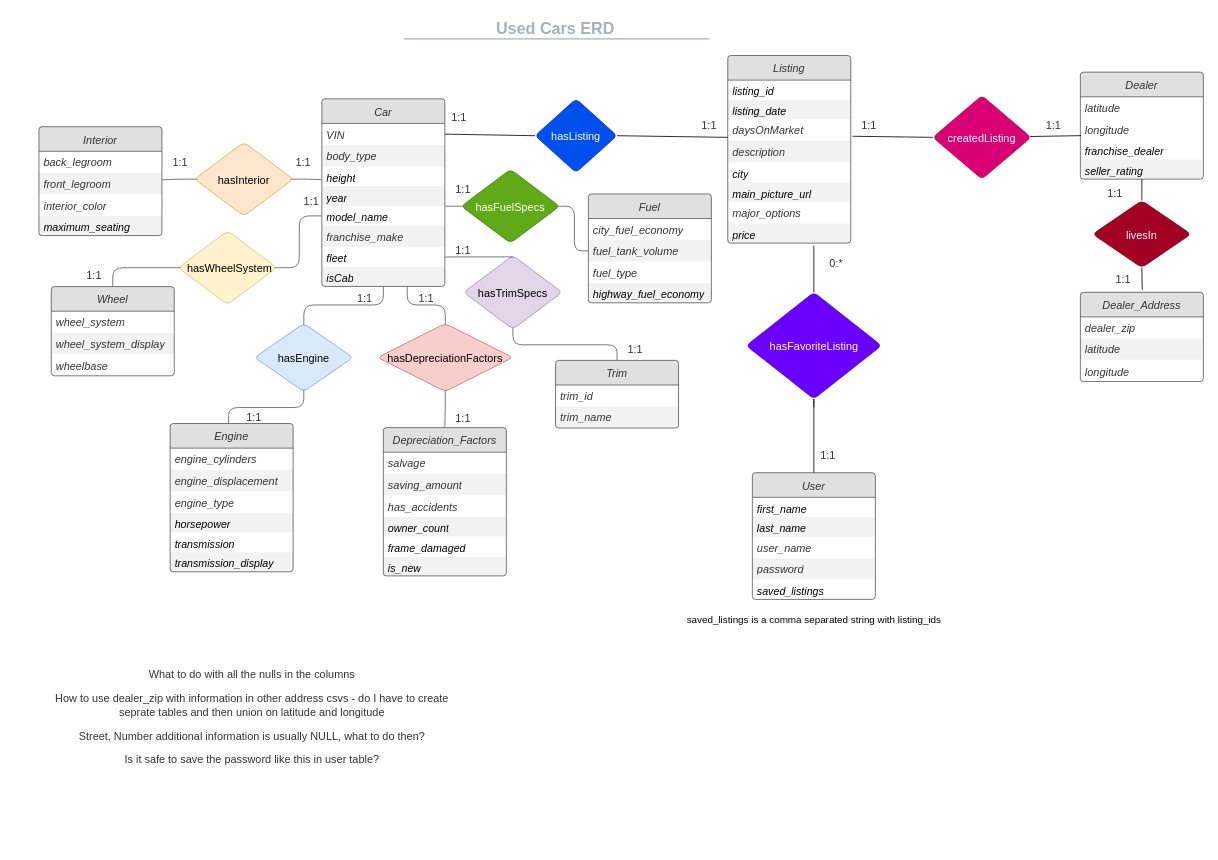
abmfocus4/UsedCars-db keeps this draw.io diagram as ERD/ERD1.drawio. Above is the earlier version. Source tidied: cells renumbered, new cells numbered last; positions are measured from the earlier drawing's top-left corner, leaving out a move shared by most shapes. Both pictures are drawn from the tidied source at 82%, with x=0, y=0 at pixel (39, 14).
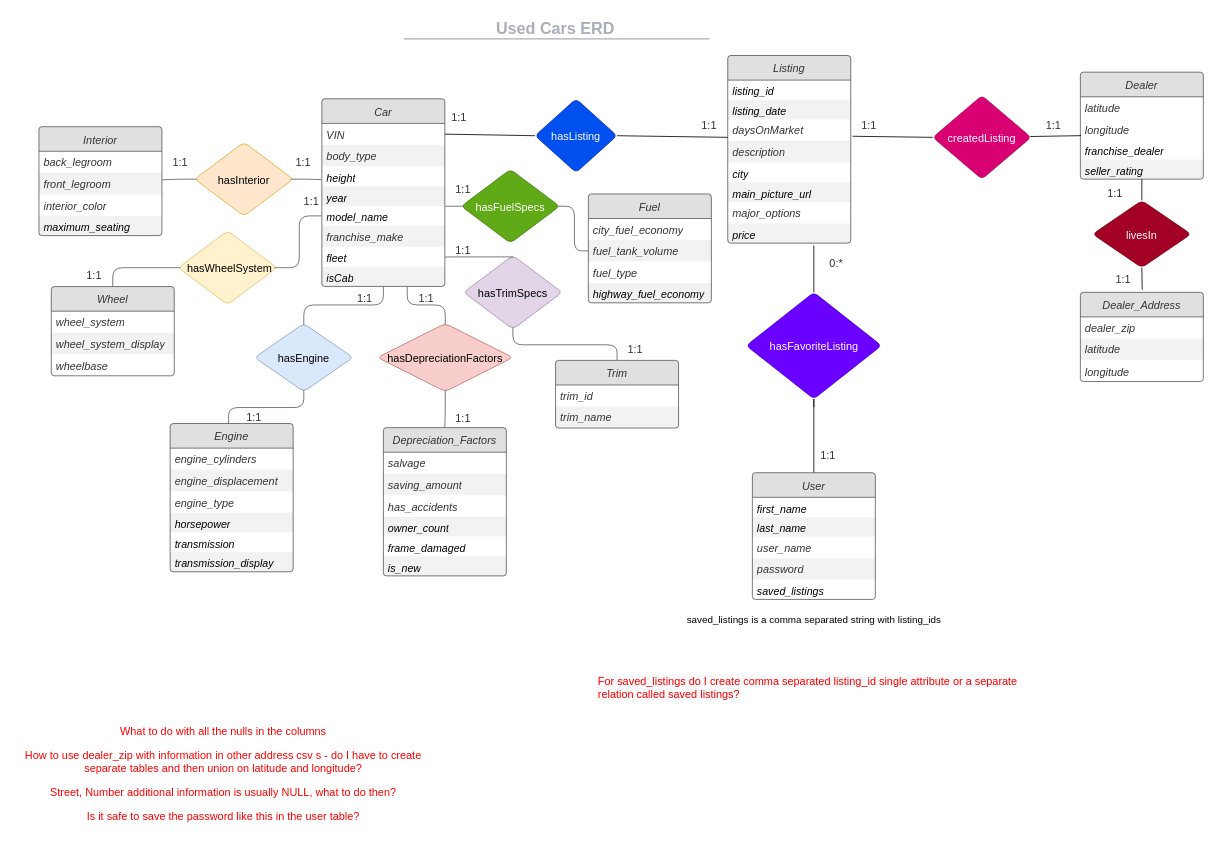
The same page after the edit.

Commit message:
add qs about saved_listings

Diff of the diagram source:
```diff
@@
-    <mxCell id="120" value="&lt;div style=&quot;display: flex; justify-content: center; text-align: center; align-items: baseline; font-size: 0; line-height: 1.25;margin-left: 8.4px;margin-right: 8.4px;margin-top: 2.4px;margin-top: -2px;&quot;&gt;&lt;span&gt;&lt;span style=&quot;font-size:13.3px;color:#333333;&quot;&gt;What to do with all the nulls in the columns&#10;&lt;/span&gt;&lt;/span&gt;&lt;/div&gt;&lt;div style=&quot;display: flex; justify-content: center; text-align: center; align-items: baseline; font-size: 0; line-height: 1.25;margin-left: 8.4px;margin-right: 8.4px;margin-top: 2.4px;margin-top: -2px;&quot;&gt;&lt;span&gt;&lt;span style=&quot;font-size:13.3px;color:#333333;&quot;&gt;&#10;&lt;/span&gt;&lt;/span&gt;&lt;/div&gt;&lt;div style=&quot;display: flex; justify-content: center; text-align: center; align-items: baseline; font-size: 0; line-height: 1.25;margin-left: 8.4px;margin-right: 8.4px;margin-top: 2.4px;margin-top: -2px;&quot;&gt;&lt;span&gt;&lt;span style=&quot;font-size:13.3px;color:#333333;&quot;&gt;How to use dealer_zip with information in other address csvs - do I have to create seprate tables and then union on latitude and longitude&#10;&lt;/span&gt;&lt;/span&gt;&lt;/div&gt;&lt;div style=&quot;display: flex; justify-content: center; text-align: center; align-items: baseline; font-size: 0; line-height: 1.25;margin-left: 8.4px;margin-right: 8.4px;margin-top: 2.4px;margin-top: -2px;&quot;&gt;&lt;span&gt;&lt;span style=&quot;font-size:13.3px;color:#333333;&quot;&gt;&#10;&lt;/span&gt;&lt;/span&gt;&lt;/div&gt;&lt;div style=&quot;display: flex; justify-content: center; text-align: center; align-items: baseline; font-size: 0; line-height: 1.25;margin-left: 8.4px;margin-right: 8.4px;margin-top: 2.4px;margin-top: -2px;&quot;&gt;&lt;span&gt;&lt;span style=&quot;font-size:13.3px;color:#333333;&quot;&gt;Street, Number additional information is usually NULL, what to do then?&#10;&lt;/span&gt;&lt;/span&gt;&lt;/div&gt;&lt;div style=&quot;display: flex; justify-content: center; text-align: center; align-items: baseline; font-size: 0; line-height: 1.25;margin-left: 8.4px;margin-right: 8.4px;margin-top: 2.4px;margin-top: -2px;&quot;&gt;&lt;span&gt;&lt;span style=&quot;font-size:13.3px;color:#333333;&quot;&gt;&#10;&lt;/span&gt;&lt;/span&gt;&lt;/div&gt;&lt;div style=&quot;display: flex; justify-content: center; text-align: center; align-items: baseline; font-size: 0; line-height: 1.25;margin-left: 8.4px;margin-right: 8.4px;margin-top: 2.4px;margin-top: -2px;&quot;&gt;&lt;span&gt;&lt;span style=&quot;font-size:13.3px;color:#333333;&quot;&gt;Is it safe to save the password like this in user table?&lt;/span&gt;&lt;/span&gt;&lt;/div&gt;" style="html=1;overflow=block;blockSpacing=1;whiteSpace=wrap;strokeColor=none;fillColor=none;whiteSpace=wrap;fontSize=13;spacing=0;strokeOpacity=100;fillOpacity=100;rounded=1;absoluteArcSize=1;arcSize=12;strokeWidth=0.8;" parent="1" vertex="1">
-      <mxGeometry x="5" y="709" width="510" height="300" as="geometry" />
+    <mxCell id="120" value="&lt;div style=&quot;display: flex ; justify-content: center ; text-align: center ; align-items: baseline ; font-size: 0 ; line-height: 1.25 ; margin-left: 8.4px ; margin-right: 8.4px ; margin-top: 2.4px ; margin-top: -2px&quot;&gt;&lt;span&gt;&lt;span style=&quot;font-size: 13.3px&quot;&gt;&lt;font color=&quot;#ff0000&quot;&gt;What to do with all the nulls in the columns&lt;br&gt;&lt;/font&gt;&lt;/span&gt;&lt;/span&gt;&lt;/div&gt;&lt;div style=&quot;display: flex ; justify-content: center ; text-align: center ; align-items: baseline ; font-size: 0 ; line-height: 1.25 ; margin-left: 8.4px ; margin-right: 8.4px ; margin-top: 2.4px ; margin-top: -2px&quot;&gt;&lt;span&gt;&lt;span style=&quot;font-size: 13.3px&quot;&gt;&lt;font color=&quot;#ff0000&quot;&gt;&lt;br&gt;&lt;/font&gt;&lt;/span&gt;&lt;/span&gt;&lt;/div&gt;&lt;div style=&quot;display: flex ; justify-content: center ; text-align: center ; align-items: baseline ; font-size: 0 ; line-height: 1.25 ; margin-left: 8.4px ; margin-right: 8.4px ; margin-top: 2.4px ; margin-top: -2px&quot;&gt;&lt;span&gt;&lt;span style=&quot;font-size: 13.3px&quot;&gt;&lt;font color=&quot;#ff0000&quot;&gt;How to use dealer_zip with information in other address csv s - do I have to create separate tables and then union on latitude and longitude?&lt;br&gt;&lt;/font&gt;&lt;/span&gt;&lt;/span&gt;&lt;/div&gt;&lt;div style=&quot;display: flex ; justify-content: center ; text-align: center ; align-items: baseline ; font-size: 0 ; line-height: 1.25 ; margin-left: 8.4px ; margin-right: 8.4px ; margin-top: 2.4px ; margin-top: -2px&quot;&gt;&lt;span&gt;&lt;span style=&quot;font-size: 13.3px&quot;&gt;&lt;font color=&quot;#ff0000&quot;&gt;&lt;br&gt;&lt;/font&gt;&lt;/span&gt;&lt;/span&gt;&lt;/div&gt;&lt;div style=&quot;display: flex ; justify-content: center ; text-align: center ; align-items: baseline ; font-size: 0 ; line-height: 1.25 ; margin-left: 8.4px ; margin-right: 8.4px ; margin-top: 2.4px ; margin-top: -2px&quot;&gt;&lt;span&gt;&lt;span style=&quot;font-size: 13.3px&quot;&gt;&lt;font color=&quot;#ff0000&quot;&gt;Street, Number additional information is usually NULL, what to do then?&lt;br&gt;&lt;/font&gt;&lt;/span&gt;&lt;/span&gt;&lt;span&gt;&lt;span style=&quot;font-size: 13.3px&quot;&gt;&lt;font color=&quot;#ff0000&quot;&gt;&lt;br&gt;&lt;/font&gt;&lt;/span&gt;&lt;/span&gt;&lt;/div&gt;&lt;div style=&quot;display: flex ; justify-content: center ; text-align: center ; align-items: baseline ; font-size: 0 ; line-height: 1.25 ; margin-left: 8.4px ; margin-right: 8.4px ; margin-top: 2.4px ; margin-top: -2px&quot;&gt;&lt;span&gt;&lt;span style=&quot;font-size: 13.3px&quot;&gt;&lt;font color=&quot;#ff0000&quot;&gt;&lt;br&gt;&lt;/font&gt;&lt;/span&gt;&lt;/span&gt;&lt;/div&gt;&lt;div style=&quot;display: flex ; justify-content: center ; text-align: center ; align-items: baseline ; line-height: 1.25 ; margin-left: 8.4px ; margin-right: 8.4px ; margin-top: -2px&quot;&gt;&lt;span style=&quot;font-size: 0px&quot;&gt;&lt;span style=&quot;font-size: 13.3px&quot;&gt;&lt;font color=&quot;#ff0000&quot;&gt;Is it safe to save the password like this in the user table?&lt;/font&gt;&lt;/span&gt;&lt;/span&gt;&lt;span style=&quot;font-size: 0px&quot;&gt;&lt;span style=&quot;font-size: 13.3px&quot;&gt;&lt;font color=&quot;#ff0000&quot;&gt;&lt;br&gt;&lt;/font&gt;&lt;/span&gt;&lt;/span&gt;&lt;span style=&quot;font-size: 0px&quot;&gt;&lt;span style=&quot;font-size: 13.3px&quot;&gt;&lt;font color=&quot;#ff0000&quot;&gt;&lt;br&gt;&lt;/font&gt;&lt;/span&gt;&lt;/span&gt;&lt;span style=&quot;font-size: 0px&quot;&gt;&lt;span style=&quot;font-size: 13.3px&quot;&gt;&lt;font color=&quot;#ff0000&quot;&gt;&lt;br&gt;&lt;/font&gt;&lt;/span&gt;&lt;/span&gt;&lt;span style=&quot;font-size: 0px&quot;&gt;&lt;span style=&quot;font-size: 13.3px&quot;&gt;&lt;font color=&quot;#ff0000&quot;&gt;&lt;br&gt;&lt;/font&gt;&lt;/span&gt;&lt;/span&gt;&lt;span style=&quot;font-size: 0px&quot;&gt;&lt;span style=&quot;font-size: 13.3px&quot;&gt;&lt;font color=&quot;#ff0000&quot;&gt;&lt;br&gt;&lt;/font&gt;&lt;/span&gt;&lt;/span&gt;&lt;span style=&quot;font-size: 13.3px&quot;&gt;&lt;font color=&quot;#ff0000&quot;&gt;&lt;br&gt;&lt;/font&gt;&lt;/span&gt;&lt;span style=&quot;font-size: 13.3px&quot;&gt;&lt;font color=&quot;#ff0000&quot;&gt;&lt;br&gt;&lt;/font&gt;&lt;/span&gt;&lt;span style=&quot;font-size: 13.3px&quot;&gt;&lt;font color=&quot;#ff0000&quot;&gt;&lt;br&gt;&lt;/font&gt;&lt;/span&gt;&lt;span style=&quot;font-size: 13.3px&quot;&gt;&lt;font color=&quot;#ff0000&quot;&gt;&lt;br&gt;&lt;/font&gt;&lt;/span&gt;&lt;font color=&quot;#ff0000&quot;&gt;&lt;br&gt;&lt;br&gt;&lt;br&gt;&lt;br&gt;&lt;br&gt;&lt;br&gt;&lt;br&gt;&lt;br&gt;&lt;/font&gt;&lt;font color=&quot;#333333&quot;&gt;&lt;br&gt;&lt;/font&gt;&lt;/div&gt;" style="html=1;overflow=block;blockSpacing=1;whiteSpace=wrap;strokeColor=none;fillColor=none;whiteSpace=wrap;fontSize=13;spacing=0;strokeOpacity=100;fillOpacity=100;rounded=1;absoluteArcSize=1;arcSize=12;strokeWidth=0.8;" parent="1" vertex="1">
+      <mxGeometry x="-30" y="869" width="510" height="144.5" as="geometry" />
     </mxCell>
@@
+    <mxCell id="123" value="&lt;span style=&quot;font-family: &amp;#34;helvetica&amp;#34; ; font-size: 13.3px ; font-style: normal ; font-weight: 400 ; letter-spacing: normal ; text-align: center ; text-indent: 0px ; text-transform: none ; word-spacing: 0px ; background-color: rgb(248 , 249 , 250) ; display: inline ; float: none&quot;&gt;&lt;font color=&quot;#ff0000&quot;&gt;For saved_listings do I create comma separated listing_id single attribute or a separate relation called saved listings?&lt;/font&gt;&lt;/span&gt;" style="text;whiteSpace=wrap;html=1;" parent="1" vertex="1">
+      <mxGeometry x="680" y="799" width="550" height="40" as="geometry" />
+    </mxCell>
```
